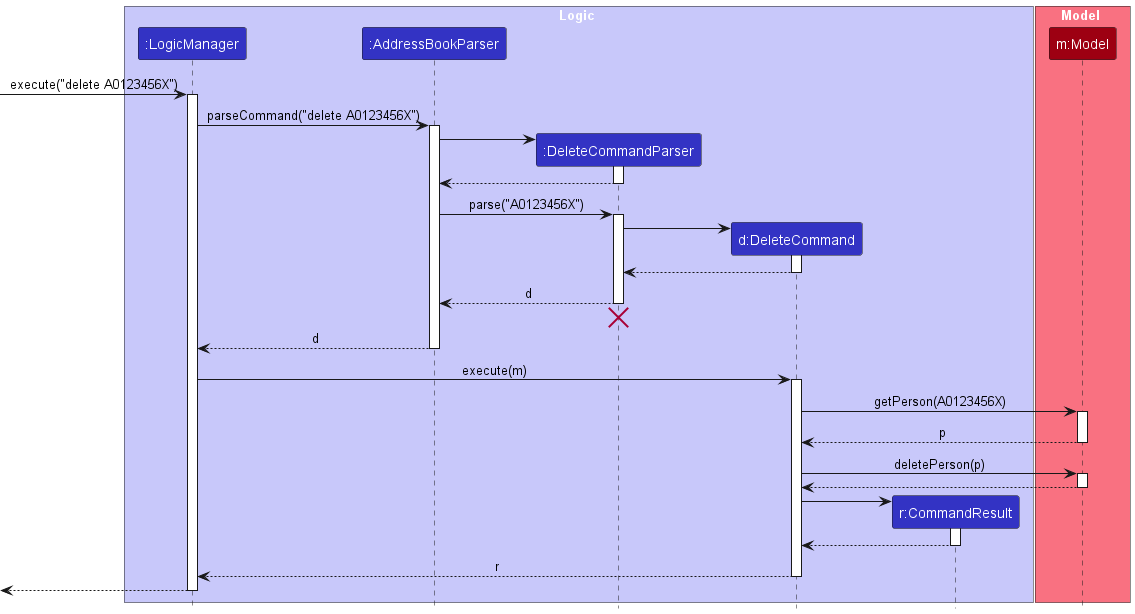
willowisp01/tp keeps this PlantUML diagram as docs/images/DeleteSequenceDiagram.png. Above is the earlier version.
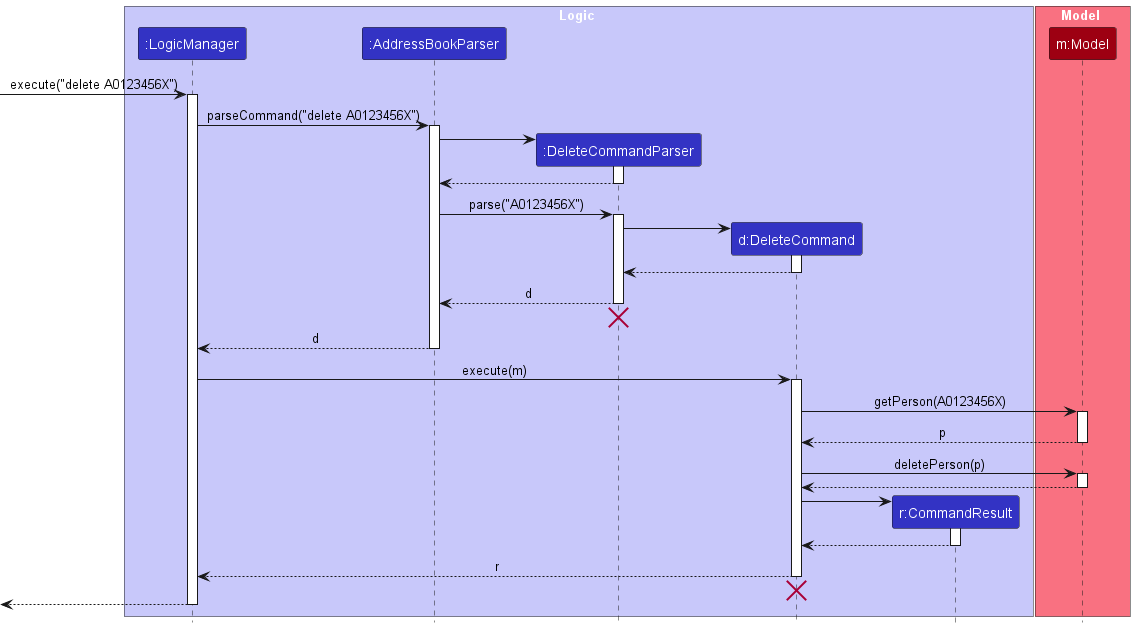
The same file after the commit.

What changed in the source:
```diff
@@ -70,6 +70,9 @@
 DeleteCommand --> LogicManager : r
 deactivate DeleteCommand
 
+DeleteCommand -[hidden]-> AddressBookParser
+destroy DeleteCommand
+
 [<--LogicManager
 deactivate LogicManager
 @enduml
```
